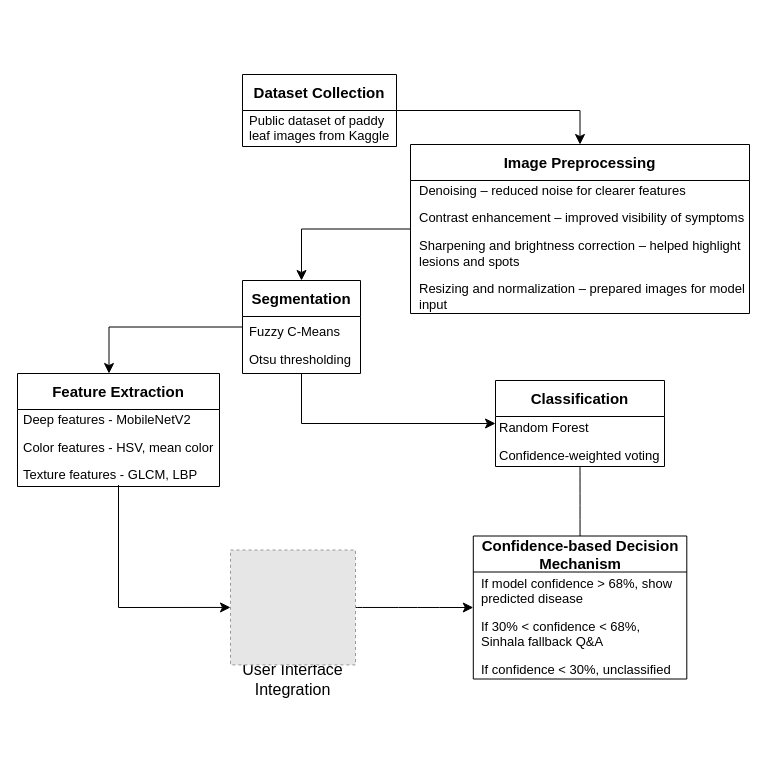
Earlier version of the draw.io diagram Untitled Diagram-poster-methodology.drawio (Nayanathara00/Nayanathara00). Source tidied: cells renumbered, new cells numbered last; positions are measured from the earlier drawing's top-left corner, leaving out a move shared by most shapes. Both pictures are drawn from the tidied source at 100%, with x=0, y=0 at pixel (17, 74). Pictures stored in the file or linked from it are replaced by grey dashed boxes.
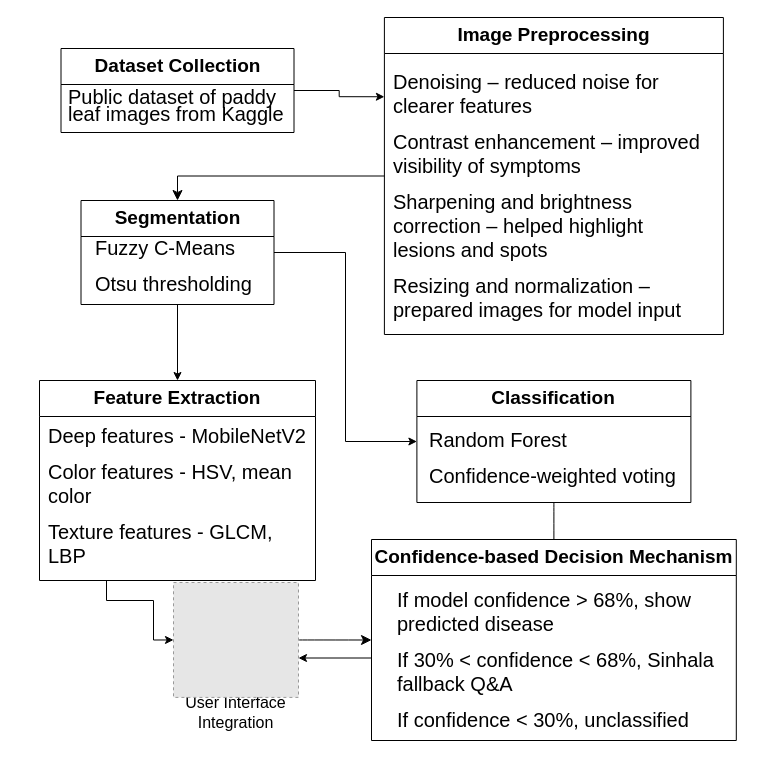
The same diagram, later.

What changed in the source:
```diff
@@
-    <mxCell id="2" style="edgeStyle=orthogonalEdgeStyle;rounded=0;jettySize=auto;html=1;entryX=0.5;entryY=0;entryDx=0;entryDy=0;fontSize=12;startSize=8;endSize=8;" parent="1" edge="1" source="3" target="6">
+    <mxCell id="2" style="edgeStyle=orthogonalEdgeStyle;rounded=0;jettySize=auto;html=1;entryX=0;entryY=0.25;entryDx=0;entryDy=0;" parent="1" edge="1" source="3" target="6">
       <mxGeometry relative="1" as="geometry" />
     </mxCell>
-    <mxCell id="3" value="&lt;font style=&quot;font-size: 15px;&quot;&gt;Dataset Collection&lt;/font&gt;" style="swimlane;whiteSpace=wrap;html=1;startSize=36;" parent="1" vertex="1">
-      <mxGeometry x="225" width="154" height="72" as="geometry" />
+    <mxCell id="3" value="&lt;font style=&quot;font-size: 19px;&quot;&gt;Dataset Collection&lt;/font&gt;" style="swimlane;whiteSpace=wrap;html=1;startSize=36;" parent="1" vertex="1">
+      <mxGeometry x="43.5" y="-26" width="233" height="84" as="geometry" />
     </mxCell>
-    <mxCell id="4" value="&lt;span style=&quot;line-height: 115%;&quot;&gt;&lt;font style=&quot;font-size: 13px;&quot;&gt;Public dataset of paddy leaf images from Kaggle&lt;/font&gt;&lt;/span&gt;" style="text;html=1;align=left;verticalAlign=middle;whiteSpace=wrap;rounded=0;" parent="3" vertex="1">
-      <mxGeometry x="4.5" y="36" width="145" height="36" as="geometry" />
+    <mxCell id="4" value="&lt;span style=&quot;line-height: 115%;&quot;&gt;&lt;font style=&quot;font-size: 20px;&quot;&gt;Public dataset of paddy leaf images from Kaggle&lt;/font&gt;&lt;/span&gt;" style="text;html=1;align=left;verticalAlign=middle;whiteSpace=wrap;rounded=0;" parent="3" vertex="1">
+      <mxGeometry x="5.8" y="41" width="221.5" height="36" as="geometry" />
     </mxCell>
@@
-    <mxCell id="6" value="&lt;font style=&quot;font-size: 15px;&quot;&gt;Image Preprocessing&lt;/font&gt;" style="swimlane;whiteSpace=wrap;html=1;startSize=36;" parent="1" vertex="1">
-      <mxGeometry x="393" y="70" width="339" height="169" as="geometry" />
+    <mxCell id="6" value="&lt;font style=&quot;font-size: 19px;&quot;&gt;Image Preprocessing&lt;/font&gt;" style="swimlane;whiteSpace=wrap;html=1;startSize=36;" parent="1" vertex="1">
+      <mxGeometry x="366.9" y="-57" width="339" height="317" as="geometry" />
     </mxCell>
-    <mxCell id="7" value="&lt;p class=&quot;MsoNormal&quot;&gt;&lt;font style=&quot;font-size: 13px;&quot;&gt;Denoising – reduced noise for clearer features&lt;/font&gt;&lt;/p&gt;&lt;p class=&quot;MsoNormal&quot;&gt;&lt;font style=&quot;font-size: 13px;&quot;&gt;Contrast enhancement – improved visibility of symptoms&lt;/font&gt;&lt;/p&gt;&lt;p class=&quot;MsoNormal&quot;&gt;&lt;font style=&quot;font-size: 13px;&quot;&gt;Sharpening and brightness correction – helped highlight&lt;br&gt;lesions and spots&lt;/font&gt;&lt;/p&gt;&lt;p class=&quot;MsoNormal&quot;&gt;&lt;font style=&quot;font-size: 13px;&quot;&gt;Resizing and normalization – prepared images for model input&lt;/font&gt;&lt;/p&gt;" style="text;html=1;align=left;verticalAlign=middle;whiteSpace=wrap;rounded=0;" parent="6" vertex="1">
-      <mxGeometry x="7" y="41.5" width="330" height="123" as="geometry" />
+    <mxCell id="7" value="&lt;p class=&quot;MsoNormal&quot;&gt;&lt;font style=&quot;font-size: 20px;&quot;&gt;Denoising – reduced noise for clearer features&lt;/font&gt;&lt;/p&gt;&lt;p class=&quot;MsoNormal&quot;&gt;&lt;font style=&quot;font-size: 20px;&quot;&gt;Contrast enhancement – improved visibility of symptoms&lt;/font&gt;&lt;/p&gt;&lt;p class=&quot;MsoNormal&quot;&gt;&lt;font style=&quot;font-size: 20px;&quot;&gt;Sharpening and brightness correction – helped highlight&lt;br&gt;lesions and spots&lt;/font&gt;&lt;/p&gt;&lt;p class=&quot;MsoNormal&quot;&gt;&lt;font style=&quot;font-size: 20px;&quot;&gt;Resizing and normalization – prepared images for model input&lt;/font&gt;&lt;/p&gt;" style="text;html=1;align=left;verticalAlign=middle;whiteSpace=wrap;rounded=0;" parent="6" vertex="1">
+      <mxGeometry x="7.5" y="43" width="330" height="270" as="geometry" />
     </mxCell>
-    <mxCell id="8" style="edgeStyle=orthogonalEdgeStyle;rounded=0;jettySize=auto;html=1;entryX=0;entryY=0.5;entryDx=0;entryDy=0;fontSize=12;startSize=8;endSize=8;exitX=0.5;exitY=1;exitDx=0;exitDy=0;" parent="1" edge="1" source="9" target="14">
+    <mxCell id="8" style="edgeStyle=orthogonalEdgeStyle;rounded=0;jettySize=auto;html=1;entryX=0;entryY=0.5;entryDx=0;entryDy=0;" parent="1" edge="1" source="9" target="14">
       <mxGeometry relative="1" as="geometry" />
     </mxCell>
+    <mxCell id="16" style="edgeStyle=orthogonalEdgeStyle;rounded=0;jettySize=auto;html=1;entryX=0.5;entryY=0;entryDx=0;entryDy=0;" parent="1" edge="1" source="9" target="11">
+      <mxGeometry relative="1" as="geometry" />
+    </mxCell>
-    <mxCell id="9" value="&lt;font style=&quot;font-size: 15px;&quot;&gt;Segmentation&lt;/font&gt;" style="swimlane;whiteSpace=wrap;html=1;startSize=36;" parent="1" vertex="1">
-      <mxGeometry x="225" y="206" width="118" height="93" as="geometry" />
+    <mxCell id="9" value="&lt;font style=&quot;font-size: 19px;&quot;&gt;Segmentation&lt;/font&gt;" style="swimlane;whiteSpace=wrap;html=1;startSize=36;" parent="1" vertex="1">
+      <mxGeometry x="63.5" y="126" width="193" height="104" as="geometry" />
     </mxCell>
-    <mxCell id="10" value="&lt;p class=&quot;MsoNormal&quot;&gt;&lt;font style=&quot;font-size: 13px;&quot;&gt;Fuzzy C-Means&lt;/font&gt;&lt;/p&gt;&lt;p class=&quot;MsoNormal&quot;&gt;&lt;font style=&quot;font-size: 13px;&quot;&gt;Otsu thresholding&lt;/font&gt;&lt;/p&gt;" style="text;html=1;align=left;verticalAlign=middle;whiteSpace=wrap;rounded=0;" parent="9" vertex="1">
-      <mxGeometry x="5" y="40.8" width="108" height="47.5" as="geometry" />
+    <mxCell id="10" value="&lt;p class=&quot;MsoNormal&quot;&gt;&lt;font style=&quot;font-size: 20px;&quot;&gt;Fuzzy C-Means&lt;/font&gt;&lt;/p&gt;&lt;p class=&quot;MsoNormal&quot;&gt;&lt;font style=&quot;font-size: 20px;&quot;&gt;Otsu thresholding&lt;/font&gt;&lt;/p&gt;" style="text;html=1;align=left;verticalAlign=middle;whiteSpace=wrap;rounded=0;" parent="9" vertex="1">
+      <mxGeometry x="12" y="40.8" width="169" height="47.5" as="geometry" />
     </mxCell>
+    <mxCell id="23" style="edgeStyle=orthogonalEdgeStyle;rounded=0;jettySize=auto;html=1;entryX=0;entryY=0.5;entryDx=0;entryDy=0;" parent="1" edge="1" source="11" target="22">
+      <mxGeometry relative="1" as="geometry">
+        <Array as="points">
+          <mxPoint x="89" y="526" />
+          <mxPoint x="136" y="526" />
+          <mxPoint x="136" y="566" />
+        </Array>
+      </mxGeometry>
+    </mxCell>
-    <mxCell id="11" value="&lt;font style=&quot;font-size: 15px;&quot;&gt;Feature Extraction&lt;/font&gt;" style="swimlane;whiteSpace=wrap;html=1;startSize=36;" parent="1" vertex="1">
-      <mxGeometry y="299" width="202" height="113" as="geometry" />
+    <mxCell id="11" value="&lt;font style=&quot;font-size: 19px;&quot;&gt;Feature Extraction&lt;/font&gt;" style="swimlane;whiteSpace=wrap;html=1;startSize=36;" parent="1" vertex="1">
+      <mxGeometry x="22" y="306" width="276" height="200" as="geometry" />
     </mxCell>
-    <mxCell id="12" value="&lt;p class=&quot;MsoNormal&quot;&gt;&lt;font style=&quot;font-size: 13px;&quot;&gt;Deep features - MobileNetV2&lt;/font&gt;&lt;/p&gt;&lt;p class=&quot;MsoNormal&quot;&gt;&lt;font style=&quot;font-size: 13px;&quot;&gt;Color features - HSV, mean color&lt;/font&gt;&lt;/p&gt;&lt;p class=&quot;MsoNormal&quot;&gt;&lt;font style=&quot;font-size: 13px;&quot;&gt;Texture features - GLCM, LBP&lt;/font&gt;&lt;/p&gt;" style="text;html=1;align=left;verticalAlign=middle;whiteSpace=wrap;rounded=0;" parent="11" vertex="1">
-      <mxGeometry x="3.5" y="37" width="195" height="74.5" as="geometry" />
+    <mxCell id="12" value="&lt;p class=&quot;MsoNormal&quot;&gt;&lt;font style=&quot;font-size: 20px;&quot;&gt;Deep features - MobileNetV2&lt;/font&gt;&lt;/p&gt;&lt;p class=&quot;MsoNormal&quot;&gt;&lt;font style=&quot;font-size: 20px;&quot;&gt;Color features - HSV, mean color&lt;/font&gt;&lt;/p&gt;&lt;p class=&quot;MsoNormal&quot;&gt;&lt;font style=&quot;font-size: 20px;&quot;&gt;Texture features - GLCM, LBP&lt;/font&gt;&lt;/p&gt;" style="text;html=1;align=left;verticalAlign=middle;whiteSpace=wrap;rounded=0;" parent="11" vertex="1">
+      <mxGeometry x="7" y="77.5" width="259.5" height="74.5" as="geometry" />
     </mxCell>
@@
-    <mxCell id="14" value="&lt;font style=&quot;font-size: 15px;&quot;&gt;Classification&lt;/font&gt;" style="swimlane;whiteSpace=wrap;html=1;startSize=36;" parent="1" vertex="1">
-      <mxGeometry x="478" y="306" width="169" height="86" as="geometry" />
+    <mxCell id="14" value="&lt;font style=&quot;font-size: 19px;&quot;&gt;Classification&lt;/font&gt;" style="swimlane;whiteSpace=wrap;html=1;startSize=36;" parent="1" vertex="1">
+      <mxGeometry x="399.4" y="306" width="274" height="122" as="geometry" />
     </mxCell>
-    <mxCell id="15" value="&lt;p class=&quot;MsoNormal&quot;&gt;&lt;font style=&quot;font-size: 13px;&quot;&gt;Random Forest&lt;/font&gt;&lt;/p&gt;&lt;p class=&quot;MsoNormal&quot;&gt;&lt;font style=&quot;font-size: 13px;&quot;&gt;Confidence-weighted voting&lt;/font&gt;&lt;/p&gt;" style="text;html=1;align=left;verticalAlign=middle;whiteSpace=wrap;rounded=0;" parent="14" vertex="1">
-      <mxGeometry x="1.5" y="35" width="166" height="51.5" as="geometry" />
+    <mxCell id="15" value="&lt;p class=&quot;MsoNormal&quot;&gt;&lt;font style=&quot;font-size: 20px;&quot;&gt;Random Forest&lt;/font&gt;&lt;/p&gt;&lt;p class=&quot;MsoNormal&quot;&gt;&lt;font style=&quot;font-size: 20px;&quot;&gt;Confidence-weighted voting&lt;/font&gt;&lt;/p&gt;" style="text;html=1;align=left;verticalAlign=middle;whiteSpace=wrap;rounded=0;" parent="14" vertex="1">
+      <mxGeometry x="11" y="51" width="259.5" height="51.5" as="geometry" />
     </mxCell>
-    <mxCell id="16" style="edgeStyle=orthogonalEdgeStyle;rounded=0;jettySize=auto;html=1;entryX=0.453;entryY=0;entryDx=0;entryDy=0;entryPerimeter=0;fontSize=12;startSize=8;endSize=8;exitX=0;exitY=0.5;exitDx=0;exitDy=0;" parent="1" edge="1" source="9" target="11">
-      <mxGeometry relative="1" as="geometry" />
-    </mxCell>
     <mxCell id="17" value="&lt;font style=&quot;font-size: 16px;&quot;&gt;User Interface Integration&lt;/font&gt;" style="text;html=1;align=center;verticalAlign=middle;whiteSpace=wrap;rounded=0;" parent="1" vertex="1">
-      <mxGeometry x="220" y="590.4" width="111" height="30" as="geometry" />
+      <mxGeometry x="163" y="622.9" width="111" height="30" as="geometry" />
     </mxCell>
+    <mxCell id="24" style="edgeStyle=orthogonalEdgeStyle;rounded=0;orthogonalLoop=1;jettySize=auto;html=1;entryX=1;entryY=0.5;entryDx=0;entryDy=0;" parent="1" edge="1">
+      <mxGeometry relative="1" as="geometry">
+        <mxPoint x="354" y="583.5" as="sourcePoint" />
+        <mxPoint x="281" y="583.5" as="targetPoint" />
+      </mxGeometry>
+    </mxCell>
-    <mxCell id="18" value="&lt;font style=&quot;font-size: 15px;&quot;&gt;Confidence-based Decision Mechanism&lt;/font&gt;" style="swimlane;whiteSpace=wrap;html=1;startSize=36;" parent="1" vertex="1">
-      <mxGeometry x="455.8" y="461.5" width="213.5" height="143" as="geometry" />
+    <mxCell id="18" value="&lt;font style=&quot;font-size: 19px;&quot;&gt;Confidence-based Decision Mechanism&lt;/font&gt;" style="swimlane;whiteSpace=wrap;html=1;startSize=36;" parent="1" vertex="1">
+      <mxGeometry x="354" y="465" width="364.8" height="201" as="geometry" />
     </mxCell>
-    <mxCell id="19" value="&lt;p class=&quot;MsoNormal&quot;&gt;&lt;span style=&quot;font-size: 13px;&quot;&gt;If model confidence &amp;gt; 68%, show predicted disease&lt;/span&gt;&lt;/p&gt;&lt;p class=&quot;MsoNormal&quot;&gt;&lt;span style=&quot;font-size: 13px;&quot;&gt;If 30% &amp;lt; confidence &amp;lt; 68%, Sinhala fallback Q&amp;amp;A&lt;/span&gt;&lt;/p&gt;&lt;p class=&quot;MsoNormal&quot;&gt;&lt;span style=&quot;font-size: 13px;&quot;&gt;If confidence &amp;lt; 30%, unclassified&lt;/span&gt;&lt;/p&gt;" style="text;html=1;align=left;verticalAlign=middle;whiteSpace=wrap;rounded=0;" parent="18" vertex="1">
-      <mxGeometry x="6" y="37" width="201.5" height="106" as="geometry" />
+    <mxCell id="19" value="&lt;p class=&quot;MsoNormal&quot;&gt;&lt;font style=&quot;font-size: 20px;&quot;&gt;If model confidence &amp;gt; 68%, show predicted disease&lt;/font&gt;&lt;/p&gt;&lt;p class=&quot;MsoNormal&quot;&gt;&lt;font style=&quot;font-size: 20px;&quot;&gt;If 30% &amp;lt; confidence &amp;lt; 68%, Sinhala fallback Q&amp;amp;A&lt;/font&gt;&lt;/p&gt;&lt;p class=&quot;MsoNormal&quot;&gt;&lt;font style=&quot;font-size: 20px;&quot;&gt;If confidence &amp;lt; 30%, unclassified&lt;/font&gt;&lt;/p&gt;" style="text;html=1;align=left;verticalAlign=middle;whiteSpace=wrap;rounded=0;" parent="18" vertex="1">
+      <mxGeometry x="24" y="39" width="322" height="162" as="geometry" />
     </mxCell>
-    <mxCell id="20" style="edgeStyle=orthogonalEdgeStyle;rounded=0;jettySize=auto;html=1;entryX=0;entryY=0.5;entryDx=0;entryDy=0;fontSize=12;startSize=8;endSize=8;exitX=0.5;exitY=1;exitDx=0;exitDy=0;" parent="1" edge="1" source="12" target="22">
-      <mxGeometry relative="1" as="geometry" />
-    </mxCell>
@@
     <mxCell id="22" style="fillColor=#E6E6E6;strokeColor=#999999;dashed=1;verticalLabelPosition=bottom;verticalAlign=top;" parent="1" vertex="1">
-      <mxGeometry x="213" y="475.5" width="125" height="114.9" as="geometry" />
+      <mxGeometry x="156" y="508" width="125" height="114.9" as="geometry" />
     </mxCell>
```
